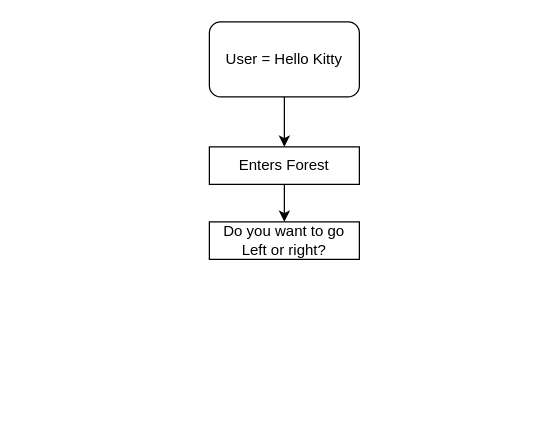
staten-island-tech/object-oriented-adventures-hello-kitty keeps this draw.io diagram as Untitled Diagram.drawio. Above is the earlier version. Source tidied: cells renumbered, new cells numbered last; positions are measured from the earlier drawing's top-left corner, leaving out a move shared by most shapes. Both pictures are drawn from the tidied source at 125%, with x=0, y=0 at pixel (209, 21).
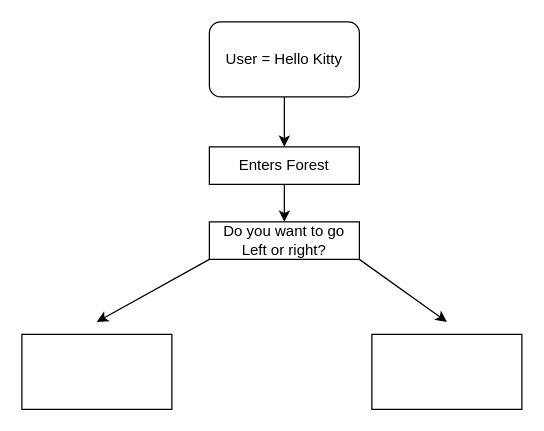
After the change.

The edit, as a diff of the source:
```diff
@@
 <mxGraphModel>
   <root>
     <mxCell id="0" />
     <mxCell id="1" parent="0" />
     <mxCell id="2" value="User = Hello Kitty" style="rounded=1;whiteSpace=wrap;html=1;" parent="1" vertex="1">
       <mxGeometry width="120" height="60" as="geometry" />
     </mxCell>
     <mxCell id="3" style="endArrow=classic;html=1;rounded=0;exitX=0.5;exitY=1;exitDx=0;exitDy=0;" parent="1" edge="1" source="2" target="4">
       <mxGeometry relative="1" as="geometry" />
     </mxCell>
     <mxCell id="4" value="Enters Forest" style="rounded=0;whiteSpace=wrap;html=1;" parent="1" vertex="1">
       <mxGeometry y="100" width="120" height="30" as="geometry" />
     </mxCell>
     <mxCell id="5" style="endArrow=classic;html=1;rounded=0;exitX=0.5;exitY=1;exitDx=0;exitDy=0;" parent="1" edge="1" source="4" target="6">
       <mxGeometry relative="1" as="geometry" />
     </mxCell>
     <mxCell id="6" value="Do you want to go Left or right?" style="rounded=0;whiteSpace=wrap;html=1;" parent="1" vertex="1">
       <mxGeometry y="160" width="120" height="30" as="geometry" />
     </mxCell>
     <mxCell id="7" style="edgeStyle=orthogonalEdgeStyle;rounded=0;orthogonalLoop=1;jettySize=auto;html=1;exitX=0.5;exitY=1;exitDx=0;exitDy=0;" parent="1" edge="1" source="6" target="6">
       <mxGeometry relative="1" as="geometry" />
     </mxCell>
+    <mxCell id="8" style="endArrow=classic;html=1;rounded=0;exitX=0;exitY=1;exitDx=0;exitDy=0;" parent="1" edge="1" source="6">
+      <mxGeometry relative="1" as="geometry">
+        <mxPoint x="-90" y="240" as="targetPoint" />
+      </mxGeometry>
+    </mxCell>
+    <mxCell id="9" style="endArrow=classic;html=1;rounded=0;exitX=1;exitY=1;exitDx=0;exitDy=0;" parent="1" edge="1" source="6">
+      <mxGeometry relative="1" as="geometry">
+        <mxPoint x="190" y="240" as="targetPoint" />
+      </mxGeometry>
+    </mxCell>
+    <mxCell id="10" style="rounded=0;whiteSpace=wrap;html=1;" parent="1" vertex="1">
+      <mxGeometry x="-150" y="250" width="120" height="60" as="geometry" />
+    </mxCell>
+    <mxCell id="11" style="rounded=0;whiteSpace=wrap;html=1;" parent="1" vertex="1">
+      <mxGeometry x="130" y="250" width="120" height="60" as="geometry" />
+    </mxCell>
   </root>
 </mxGraphModel>
```
